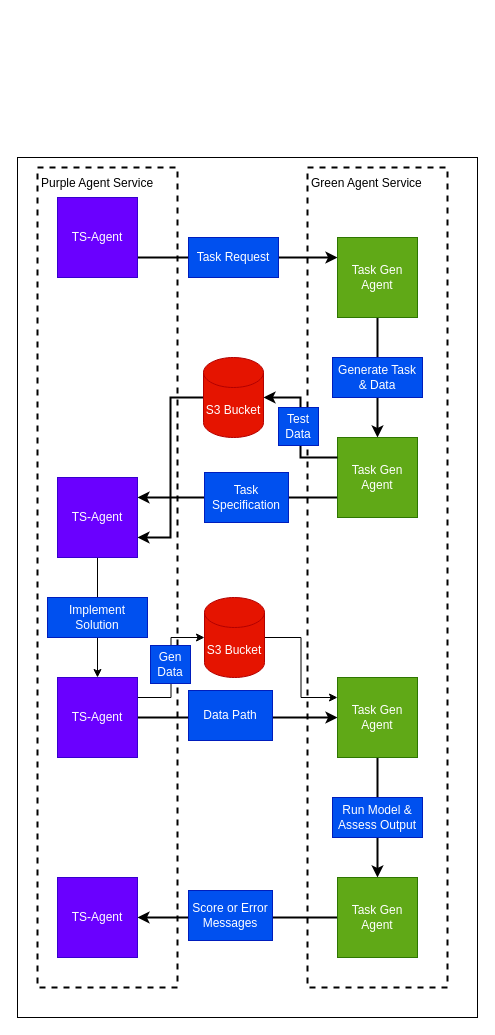
This is flow.drawio from JLanghamLopez/ts_bench, a draw.io file, before an edit. Source tidied: cells renumbered, new cells numbered last; positions are measured from the earlier drawing's top-left corner, leaving out a move shared by most shapes. Both pictures are drawn from the tidied source at 100%, with x=0, y=0 at pixel (17, 157).
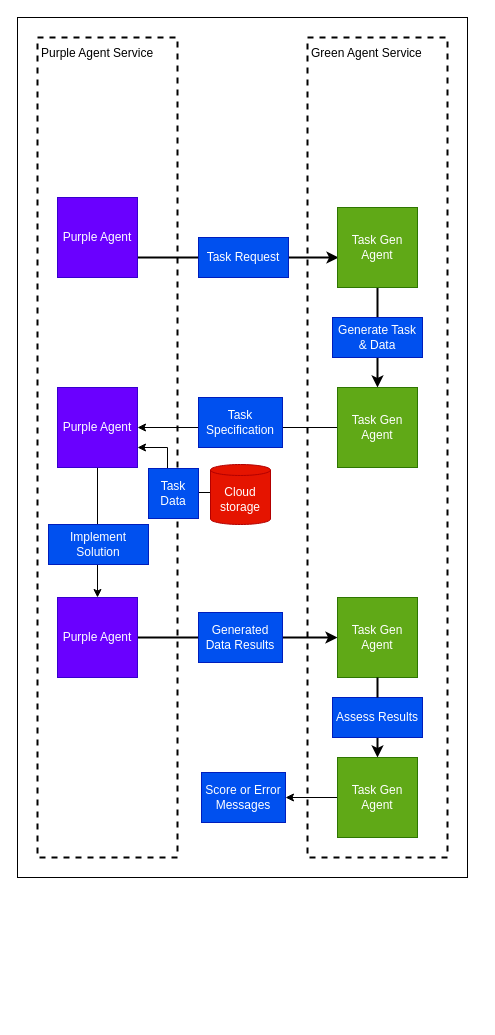
After the change.

Commit message:
Update flow diagram (#19)

Diff of the diagram source:
```diff
@@
+    <mxCell id="3" style="rounded=0;whiteSpace=wrap;html=1;fillColor=none;" parent="1" vertex="1">
+      <mxGeometry y="-140" width="450" height="860" as="geometry" />
+    </mxCell>
     <mxCell id="2" value="Purple Agent Service" style="rounded=0;whiteSpace=wrap;html=1;align=left;verticalAlign=top;spacing=4;dashed=1;strokeWidth=2;fillColor=none;" parent="1" vertex="1">
-      <mxGeometry x="20" y="10" width="140" height="820" as="geometry" />
+      <mxGeometry x="20" y="-120" width="140" height="820" as="geometry" />
     </mxCell>
-    <mxCell id="3" style="rounded=0;whiteSpace=wrap;html=1;fillColor=none;" parent="1" vertex="1">
-      <mxGeometry width="460" height="860" as="geometry" />
-    </mxCell>
     <mxCell id="4" value="Green Agent Service" style="rounded=0;whiteSpace=wrap;html=1;align=left;verticalAlign=top;spacing=4;dashed=1;strokeWidth=2;fillColor=none;" parent="1" vertex="1">
-      <mxGeometry x="290" y="10" width="140" height="820" as="geometry" />
+      <mxGeometry x="290" y="-120" width="140" height="820" as="geometry" />
     </mxCell>
-    <mxCell id="5" style="edgeStyle=orthogonalEdgeStyle;rounded=0;jettySize=auto;html=1;exitX=1;exitY=0.75;exitDx=0;exitDy=0;entryX=0;entryY=0.25;entryDx=0;entryDy=0;strokeWidth=2;" parent="1" edge="1" source="6" target="8">
+    <mxCell id="5" style="edgeStyle=orthogonalEdgeStyle;rounded=0;jettySize=auto;html=1;exitX=1;exitY=0.75;exitDx=0;exitDy=0;strokeWidth=2;entryX=0.013;entryY=0.625;entryDx=0;entryDy=0;entryPerimeter=0;" parent="1" edge="1" source="6" target="8">
       <mxGeometry relative="1" as="geometry" />
     </mxCell>
-    <mxCell id="6" value="TS-Agent" style="whiteSpace=wrap;html=1;fillColor=#6a00ff;fontColor=#ffffff;strokeColor=#3700CC;" parent="1" vertex="1">
+    <mxCell id="6" value="Purple Agent" style="whiteSpace=wrap;html=1;fillColor=#6a00ff;fontColor=#ffffff;strokeColor=#3700CC;" parent="1" vertex="1">
       <mxGeometry x="40" y="40" width="80" height="80" as="geometry" />
     </mxCell>
-    <mxCell id="7" style="edgeStyle=orthogonalEdgeStyle;rounded=0;jettySize=auto;html=1;exitX=0.5;exitY=1;exitDx=0;exitDy=0;entryX=0.5;entryY=0;entryDx=0;entryDy=0;strokeWidth=2;" parent="1" edge="1" source="8" target="11">
-      <mxGeometry relative="1" as="geometry" />
+    <mxCell id="7" style="edgeStyle=orthogonalEdgeStyle;rounded=0;jettySize=auto;html=1;exitX=0.5;exitY=1;exitDx=0;exitDy=0;strokeWidth=2;" parent="1" edge="1" source="8">
+      <mxGeometry relative="1" as="geometry">
+        <mxPoint x="360" y="230" as="targetPoint" />
+      </mxGeometry>
     </mxCell>
     <mxCell id="8" value="Task Gen Agent" style="whiteSpace=wrap;html=1;fillColor=#60a917;fontColor=#ffffff;strokeColor=#2D7600;" parent="1" vertex="1">
-      <mxGeometry x="320" y="80" width="80" height="80" as="geometry" />
+      <mxGeometry x="320" y="50" width="80" height="80" as="geometry" />
     </mxCell>
     <mxCell id="9" value="Task Request" style="rounded=0;whiteSpace=wrap;html=1;fillColor=#0050ef;fontColor=#ffffff;strokeColor=#001DBC;" parent="1" vertex="1">
-      <mxGeometry x="171" y="80" width="90" height="40" as="geometry" />
+      <mxGeometry x="181" y="80" width="90" height="40" as="geometry" />
     </mxCell>
-    <mxCell id="10" style="edgeStyle=orthogonalEdgeStyle;rounded=0;jettySize=auto;html=1;exitX=0;exitY=0.75;exitDx=0;exitDy=0;entryX=1;entryY=0.25;entryDx=0;entryDy=0;strokeWidth=2;" parent="1" edge="1" source="11" target="17">
+    <mxCell id="10" style="edgeStyle=orthogonalEdgeStyle;rounded=0;jettySize=auto;html=1;exitX=0;exitY=0.5;exitDx=0;exitDy=0;entryX=1;entryY=0.5;entryDx=0;entryDy=0;" parent="1" edge="1" source="11" target="17">
       <mxGeometry relative="1" as="geometry" />
     </mxCell>
     <mxCell id="11" value="Task Gen Agent" style="whiteSpace=wrap;html=1;fillColor=#60a917;fontColor=#ffffff;strokeColor=#2D7600;" parent="1" vertex="1">
-      <mxGeometry x="320" y="280" width="80" height="80" as="geometry" />
+      <mxGeometry x="320" y="230" width="80" height="80" as="geometry" />
     </mxCell>
     <mxCell id="12" value="Generate Task &amp;amp; Data" style="rounded=0;whiteSpace=wrap;html=1;fillColor=#0050ef;fontColor=#ffffff;strokeColor=#001DBC;" parent="1" vertex="1">
-      <mxGeometry x="315" y="200" width="90" height="40" as="geometry" />
+      <mxGeometry x="315" y="160" width="90" height="40" as="geometry" />
     </mxCell>
-    <mxCell id="13" style="edgeStyle=orthogonalEdgeStyle;rounded=0;jettySize=auto;html=1;exitX=0;exitY=0.5;exitDx=0;exitDy=0;exitPerimeter=0;entryX=1;entryY=0.75;entryDx=0;entryDy=0;strokeWidth=2;" parent="1" edge="1" source="14" target="17">
-      <mxGeometry relative="1" as="geometry" />
-    </mxCell>
-    <mxCell id="14" value="S3 Bucket" style="shape=cylinder3;whiteSpace=wrap;html=1;boundedLbl=1;backgroundOutline=1;size=15;fillColor=#e51400;fontColor=#ffffff;strokeColor=#B20000;" parent="1" vertex="1">
-      <mxGeometry x="186" y="200" width="60" height="80" as="geometry" />
-    </mxCell>
-    <mxCell id="15" style="edgeStyle=orthogonalEdgeStyle;rounded=0;jettySize=auto;html=1;exitX=0;exitY=0.25;exitDx=0;exitDy=0;entryX=1;entryY=0.5;entryDx=0;entryDy=0;entryPerimeter=0;strokeWidth=2;" parent="1" edge="1" source="11" target="14">
-      <mxGeometry relative="1" as="geometry" />
-    </mxCell>
@@
-    <mxCell id="17" value="TS-Agent" style="whiteSpace=wrap;html=1;fillColor=#6a00ff;fontColor=#ffffff;strokeColor=#3700CC;" parent="1" vertex="1">
-      <mxGeometry x="40" y="320" width="80" height="80" as="geometry" />
+    <mxCell id="17" value="Purple Agent" style="whiteSpace=wrap;html=1;fillColor=#6a00ff;fontColor=#ffffff;strokeColor=#3700CC;" parent="1" vertex="1">
+      <mxGeometry x="40" y="230" width="80" height="80" as="geometry" />
     </mxCell>
-    <mxCell id="18" value="Test Data" style="rounded=0;whiteSpace=wrap;html=1;fillColor=#0050ef;fontColor=#ffffff;strokeColor=#001DBC;" parent="1" vertex="1">
-      <mxGeometry x="261" y="250" width="40" height="38" as="geometry" />
-    </mxCell>
     <mxCell id="19" value="Task Specification" style="rounded=0;whiteSpace=wrap;html=1;fillColor=#0050ef;fontColor=#ffffff;strokeColor=#001DBC;" parent="1" vertex="1">
-      <mxGeometry x="187" y="315" width="84" height="50" as="geometry" />
+      <mxGeometry x="181" y="240" width="84" height="50" as="geometry" />
     </mxCell>
     <mxCell id="20" value="Implement Solution" style="rounded=0;whiteSpace=wrap;html=1;fillColor=#0050ef;fontColor=#ffffff;strokeColor=#001DBC;" parent="1" vertex="1">
-      <mxGeometry x="30" y="440" width="100" height="40" as="geometry" />
+      <mxGeometry x="31" y="367" width="100" height="40" as="geometry" />
     </mxCell>
@@
-    <mxCell id="22" style="edgeStyle=orthogonalEdgeStyle;rounded=0;jettySize=auto;html=1;exitX=1;exitY=0.25;exitDx=0;exitDy=0;entryX=0;entryY=0.5;entryDx=0;entryDy=0;entryPerimeter=0;" parent="1" edge="1" source="23" target="33">
-      <mxGeometry relative="1" as="geometry" />
-    </mxCell>
-    <mxCell id="23" value="TS-Agent" style="whiteSpace=wrap;html=1;fillColor=#6a00ff;fontColor=#ffffff;strokeColor=#3700CC;" parent="1" vertex="1">
-      <mxGeometry x="40" y="520" width="80" height="80" as="geometry" />
+    <mxCell id="23" value="Purple Agent" style="whiteSpace=wrap;html=1;fillColor=#6a00ff;fontColor=#ffffff;strokeColor=#3700CC;" parent="1" vertex="1">
+      <mxGeometry x="40" y="440" width="80" height="80" as="geometry" />
     </mxCell>
-    <mxCell id="24" style="edgeStyle=orthogonalEdgeStyle;rounded=0;jettySize=auto;html=1;exitX=0.5;exitY=1;exitDx=0;exitDy=0;entryX=0.5;entryY=0;entryDx=0;entryDy=0;strokeWidth=2;" parent="1" edge="1" source="25" target="29">
+    <mxCell id="24" style="edgeStyle=orthogonalEdgeStyle;rounded=0;jettySize=auto;html=1;exitX=0.5;exitY=1;exitDx=0;exitDy=0;entryX=0.5;entryY=0;entryDx=0;entryDy=0;strokeWidth=2;startArrow=none;" parent="1" edge="1" source="27" target="29">
       <mxGeometry relative="1" as="geometry" />
     </mxCell>
     <mxCell id="25" value="Task Gen Agent" style="whiteSpace=wrap;html=1;fillColor=#60a917;fontColor=#ffffff;strokeColor=#2D7600;" parent="1" vertex="1">
-      <mxGeometry x="320" y="520" width="80" height="80" as="geometry" />
+      <mxGeometry x="320" y="440" width="80" height="80" as="geometry" />
     </mxCell>
-    <mxCell id="26" value="Data Path" style="rounded=0;whiteSpace=wrap;html=1;fillColor=#0050ef;fontColor=#ffffff;strokeColor=#001DBC;" parent="1" vertex="1">
-      <mxGeometry x="171" y="533" width="84" height="50" as="geometry" />
+    <mxCell id="26" value="Generated Data Results" style="rounded=0;whiteSpace=wrap;html=1;fillColor=#0050ef;fontColor=#ffffff;strokeColor=#001DBC;" parent="1" vertex="1">
+      <mxGeometry x="181" y="455" width="84" height="50" as="geometry" />
     </mxCell>
-    <mxCell id="27" value="Run Model &amp;amp; Assess Output" style="rounded=0;whiteSpace=wrap;html=1;fillColor=#0050ef;fontColor=#ffffff;strokeColor=#001DBC;" parent="1" vertex="1">
-      <mxGeometry x="315" y="640" width="90" height="40" as="geometry" />
-    </mxCell>
-    <mxCell id="28" style="edgeStyle=orthogonalEdgeStyle;rounded=0;jettySize=auto;html=1;exitX=0;exitY=0.5;exitDx=0;exitDy=0;entryX=1;entryY=0.5;entryDx=0;entryDy=0;strokeWidth=2;" parent="1" edge="1" source="29" target="30">
-      <mxGeometry relative="1" as="geometry" />
-    </mxCell>
+    <mxCell id="35" style="edgeStyle=orthogonalEdgeStyle;rounded=0;jettySize=auto;html=1;exitX=0;exitY=0.5;exitDx=0;exitDy=0;entryX=1;entryY=0.5;entryDx=0;entryDy=0;" parent="1" edge="1" source="29" target="31">
+      <mxGeometry relative="1" as="geometry" />
+    </mxCell>
     <mxCell id="29" value="Task Gen Agent" style="whiteSpace=wrap;html=1;fillColor=#60a917;fontColor=#ffffff;strokeColor=#2D7600;" parent="1" vertex="1">
-      <mxGeometry x="320" y="720" width="80" height="80" as="geometry" />
+      <mxGeometry x="320" y="600" width="80" height="80" as="geometry" />
     </mxCell>
-    <mxCell id="30" value="TS-Agent" style="whiteSpace=wrap;html=1;fillColor=#6a00ff;fontColor=#ffffff;strokeColor=#3700CC;" parent="1" vertex="1">
-      <mxGeometry x="40" y="720" width="80" height="80" as="geometry" />
-    </mxCell>
     <mxCell id="31" value="Score or Error Messages" style="rounded=0;whiteSpace=wrap;html=1;fillColor=#0050ef;fontColor=#ffffff;strokeColor=#001DBC;" parent="1" vertex="1">
-      <mxGeometry x="171" y="733" width="84" height="50" as="geometry" />
+      <mxGeometry x="184" y="615" width="84" height="50" as="geometry" />
     </mxCell>
-    <mxCell id="32" style="edgeStyle=orthogonalEdgeStyle;rounded=0;jettySize=auto;html=1;exitX=1;exitY=0.5;exitDx=0;exitDy=0;exitPerimeter=0;entryX=0;entryY=0.25;entryDx=0;entryDy=0;" parent="1" edge="1" source="33" target="25">
-      <mxGeometry relative="1" as="geometry" />
-    </mxCell>
+    <mxCell id="36" style="edgeStyle=orthogonalEdgeStyle;rounded=0;jettySize=auto;html=1;exitX=0;exitY=0.5;exitDx=0;exitDy=0;exitPerimeter=0;entryX=1;entryY=0.75;entryDx=0;entryDy=0;" parent="1" edge="1" source="33" target="17">
+      <mxGeometry relative="1" as="geometry">
+        <Array as="points">
+          <mxPoint x="150" y="335" />
+          <mxPoint x="150" y="290" />
+        </Array>
+      </mxGeometry>
+    </mxCell>
-    <mxCell id="33" value="S3 Bucket" style="shape=cylinder3;whiteSpace=wrap;html=1;boundedLbl=1;backgroundOutline=1;size=15;fillColor=#e51400;fontColor=#ffffff;strokeColor=#B20000;" parent="1" vertex="1">
-      <mxGeometry x="187" y="440" width="60" height="80" as="geometry" />
+    <mxCell id="33" value="Cloud storage" style="shape=cylinder3;whiteSpace=wrap;html=1;boundedLbl=1;backgroundOutline=1;size=5.5;fillColor=#e51400;fontColor=#ffffff;strokeColor=#B20000;" parent="1" vertex="1">
+      <mxGeometry x="193" y="307" width="60" height="60" as="geometry" />
     </mxCell>
-    <mxCell id="34" value="Gen&lt;br&gt;Data" style="rounded=0;whiteSpace=wrap;html=1;fillColor=#0050ef;fontColor=#ffffff;strokeColor=#001DBC;" parent="1" vertex="1">
-      <mxGeometry x="133" y="488" width="40" height="38" as="geometry" />
+    <mxCell id="34" value="Task Data" style="rounded=0;whiteSpace=wrap;html=1;fillColor=#0050ef;fontColor=#ffffff;strokeColor=#001DBC;" parent="1" vertex="1">
+      <mxGeometry x="131" y="311" width="50" height="50" as="geometry" />
     </mxCell>
+    <mxCell id="27" value="Assess Results" style="rounded=0;whiteSpace=wrap;html=1;fillColor=#0050ef;fontColor=#ffffff;strokeColor=#001DBC;" parent="1" vertex="1">
+      <mxGeometry x="315" y="540" width="90" height="40" as="geometry" />
+    </mxCell>
+    <mxCell id="37" style="edgeStyle=orthogonalEdgeStyle;rounded=0;jettySize=auto;html=1;exitX=0.5;exitY=1;exitDx=0;exitDy=0;entryX=0.5;entryY=0;entryDx=0;entryDy=0;strokeWidth=2;endArrow=none;" parent="1" edge="1" source="25" target="27">
+      <mxGeometry relative="1" as="geometry" />
+    </mxCell>
```
